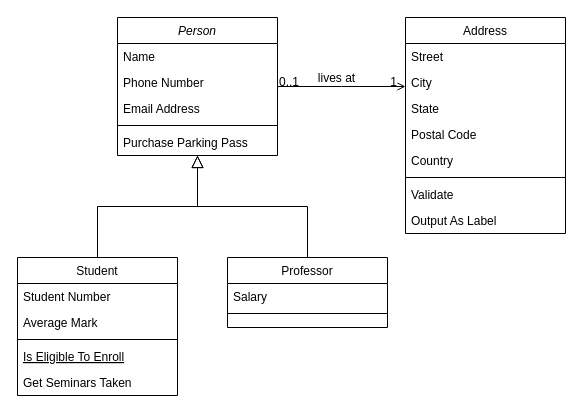
The draw.io diagram IGLOO_Diagram.drawio in shoutizix/DiagramIGLOO, before the edit. Source tidied: cells renumbered, new cells numbered last; positions are measured from the earlier drawing's top-left corner, leaving out a move shared by most shapes. Both pictures are drawn from the tidied source at 100%, with x=0, y=0 at pixel (17, 17).
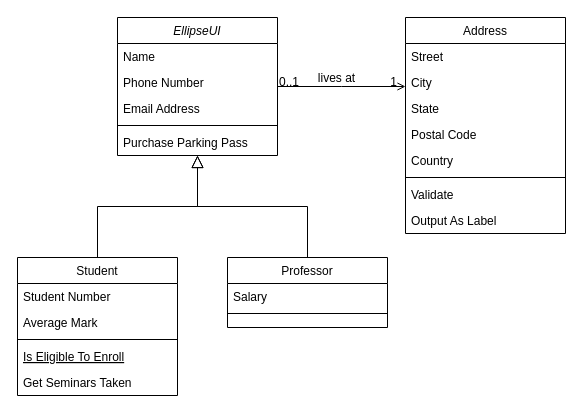
The same diagram, later.

The edit, as a diff of the source:
```diff
@@
-    <mxCell id="2" value="Person" style="swimlane;fontStyle=2;align=center;verticalAlign=top;horizontal=1;startSize=26;rounded=0;shadow=0;strokeWidth=1;" parent="1" vertex="1">
+    <mxCell id="2" value="EllipseUI" style="swimlane;fontStyle=2;align=center;verticalAlign=top;horizontal=1;startSize=26;rounded=0;shadow=0;strokeWidth=1;" parent="1" vertex="1">
       <mxGeometry x="100" width="160" height="138" as="geometry" />
     </mxCell>
```
